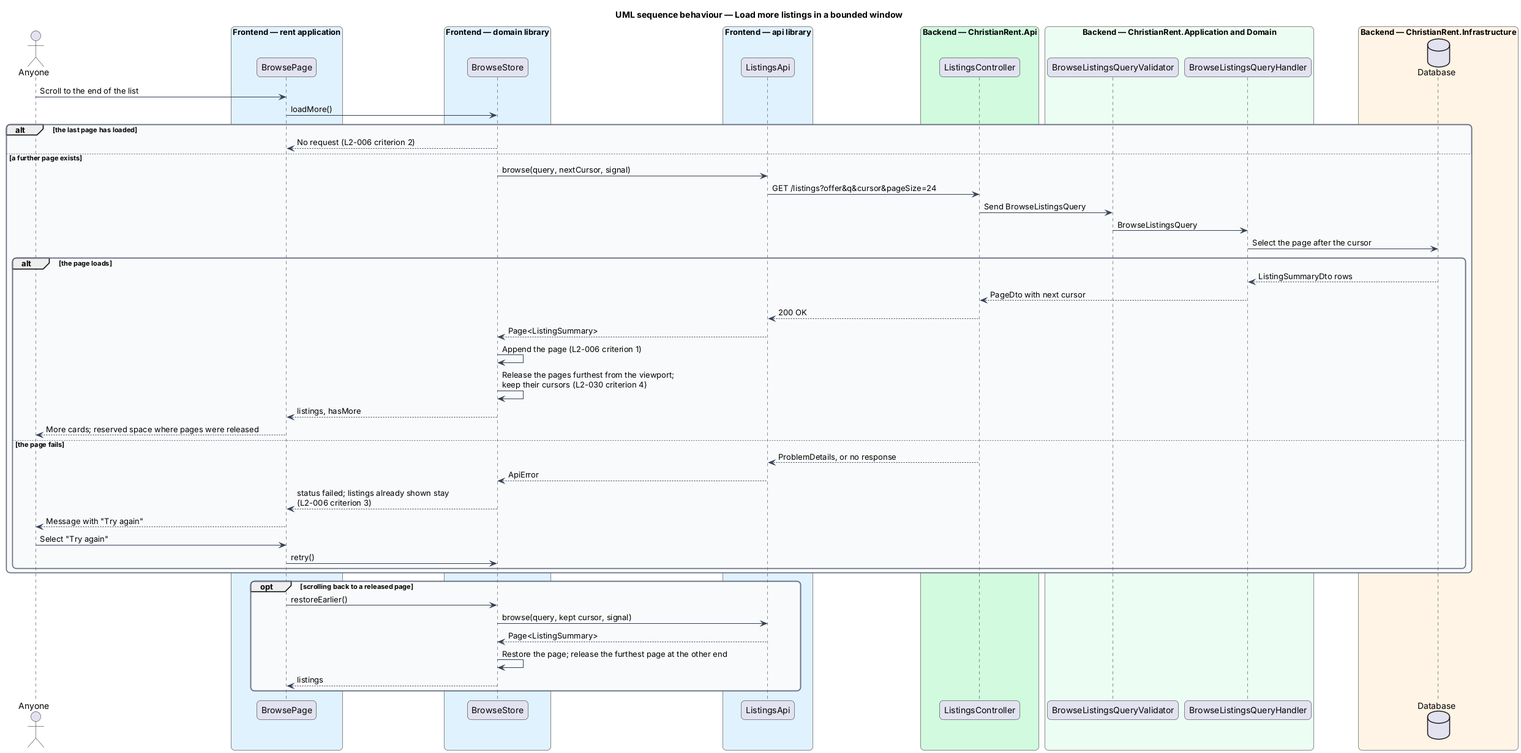
This is docs/detailed-designs/listings/browse-listings/diagrams/sequence-load-more.png from QuinntyneBrown/christian-rent, a PlantUML export, as it was before one commit.
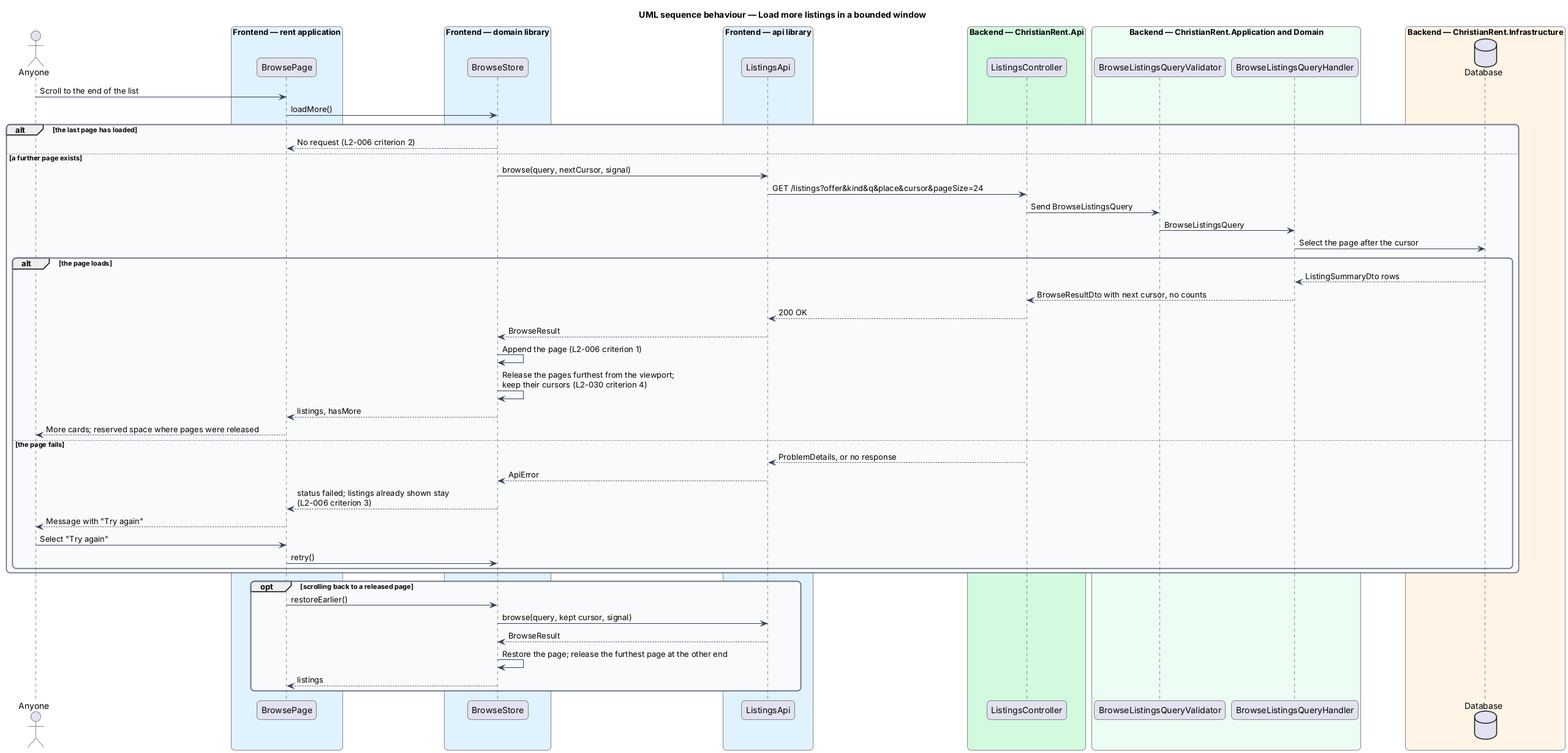
After the commit.

Change to the diagram source:
```diff
@@ -41,15 +41,15 @@
   store --> page : No request (L2-006 criterion 2)
 else a further page exists
   store -> client : browse(query, nextCursor, signal)
-  client -> controller : GET /listings?offer&q&cursor&pageSize=24
+  client -> controller : GET /listings?offer&kind&q&place&cursor&pageSize=24
   controller -> validator : Send BrowseListingsQuery
   validator -> handler : BrowseListingsQuery
   handler -> db : Select the page after the cursor
   alt the page loads
     db --> handler : ListingSummaryDto rows
-    handler --> controller : PageDto with next cursor
+    handler --> controller : BrowseResultDto with next cursor, no counts
     controller --> client : 200 OK
-    client --> store : Page<ListingSummary>
+    client --> store : BrowseResult
     store -> store : Append the page (L2-006 criterion 1)
     store -> store : Release the pages furthest from the viewport;\nkeep their cursors (L2-030 criterion 4)
     store --> page : listings, hasMore
@@ -66,7 +66,7 @@
 opt scrolling back to a released page
   page -> store : restoreEarlier()
   store -> client : browse(query, kept cursor, signal)
-  client --> store : Page<ListingSummary>
+  client --> store : BrowseResult
   store -> store : Restore the page; release the furthest page at the other end
   store --> page : listings
 end
```
